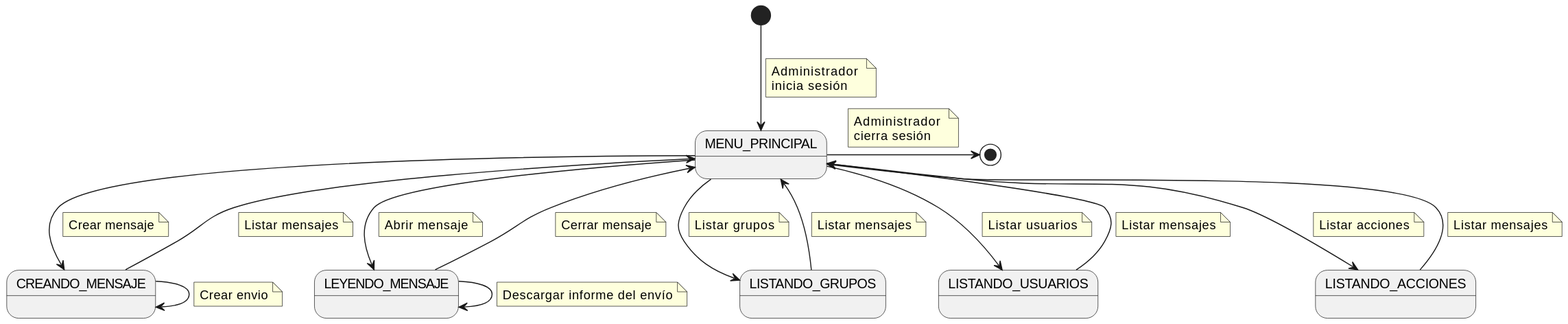
Before: docs/casosDeUso/diagramaDeContexto/DiagramaDeContextoAdministrador/diagramaContextoAdministrador.svg, a diagram exported from PlantUML (mmasias/24-25-IdSw1-SDR).
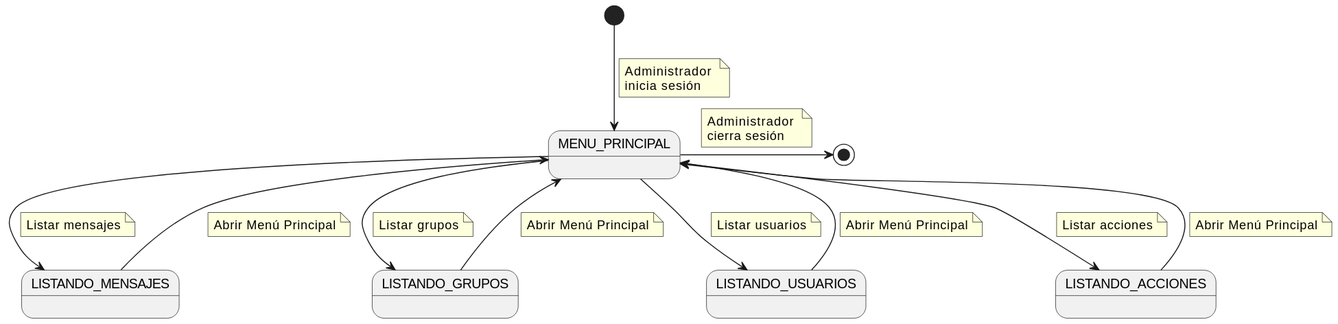
Above is the later version.

The edit, as a diff of the source:
```diff
@@ -1,7 +1,6 @@
 @startuml
 state "MENU_PRINCIPAL" as MenuPrincipal
-state "CREANDO_MENSAJE" as CreandoMensaje
-state "LEYENDO_MENSAJE" as LeyendoMensaje
+state "LISTANDO_MENSAJES" as ListandoMensaje
 state "LISTANDO_GRUPOS" as Grupos
 state "LISTANDO_USUARIOS" as Usuarios
 state "LISTANDO_ACCIONES" as Auditoria
@@ -18,34 +17,14 @@
         cierra sesión
     end note
 
-MenuPrincipal --> LeyendoMensaje
+MenuPrincipal --> ListandoMensaje
     note on link
-        Abrir mensaje
+        Listar mensajes
     end note
 
-LeyendoMensaje --> MenuPrincipal
+ListandoMensaje --> MenuPrincipal
     note on link
-        Cerrar mensaje
-    end note
-
-MenuPrincipal --> CreandoMensaje
-    note on link
-        Crear mensaje
-    end note
-
-CreandoMensaje --> CreandoMensaje
-    note on link
-        Crear envio
-    end note
-
-LeyendoMensaje --> LeyendoMensaje
-    note on link
-        Descargar informe del envío
-    end note
-
-CreandoMensaje --> MenuPrincipal
-    note on link
-        Listar mensajes
+        Abrir Menú Principal
     end note
 
 MenuPrincipal --> Grupos
@@ -55,7 +34,7 @@
 
 Grupos --> MenuPrincipal
     note on link
-        Listar mensajes
+        Abrir Menú Principal
     end note
 
 MenuPrincipal --> Usuarios
@@ -65,7 +44,7 @@
 
 Usuarios--> MenuPrincipal
     note on link
-        Listar mensajes
+        Abrir Menú Principal
     end note
 
 MenuPrincipal --> Auditoria
@@ -75,6 +54,6 @@
 
 Auditoria --> MenuPrincipal
     note on link
-        Listar mensajes
+        Abrir Menú Principal
     end note
 @enduml
```
